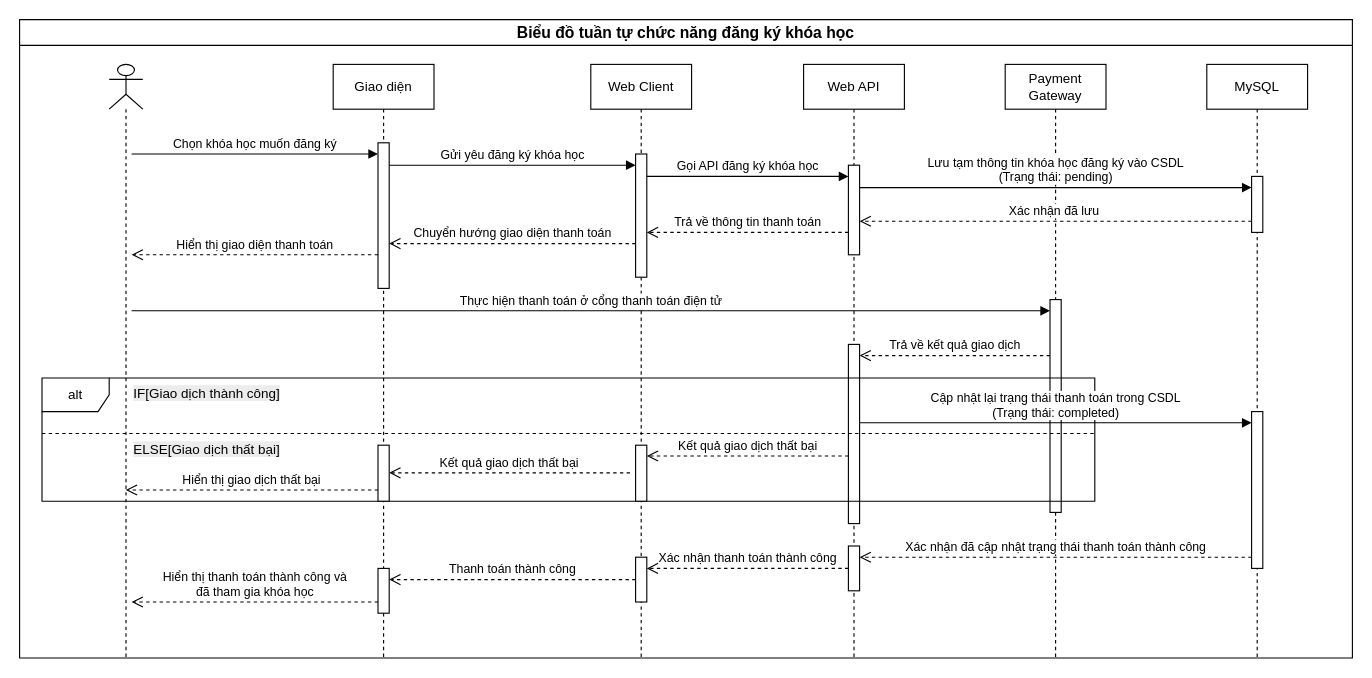
Earlier version of the draw.io diagram document/Sequences/SequencesDangKyKhoaHoc.drawio (toniiplaycode/DNC-Learning). Source tidied: cells renumbered, new cells numbered last; positions are measured from the earlier drawing's top-left corner, leaving out a move shared by most shapes. Both pictures are drawn from the tidied source at 112%, with x=0, y=0 at pixel (19, 19).
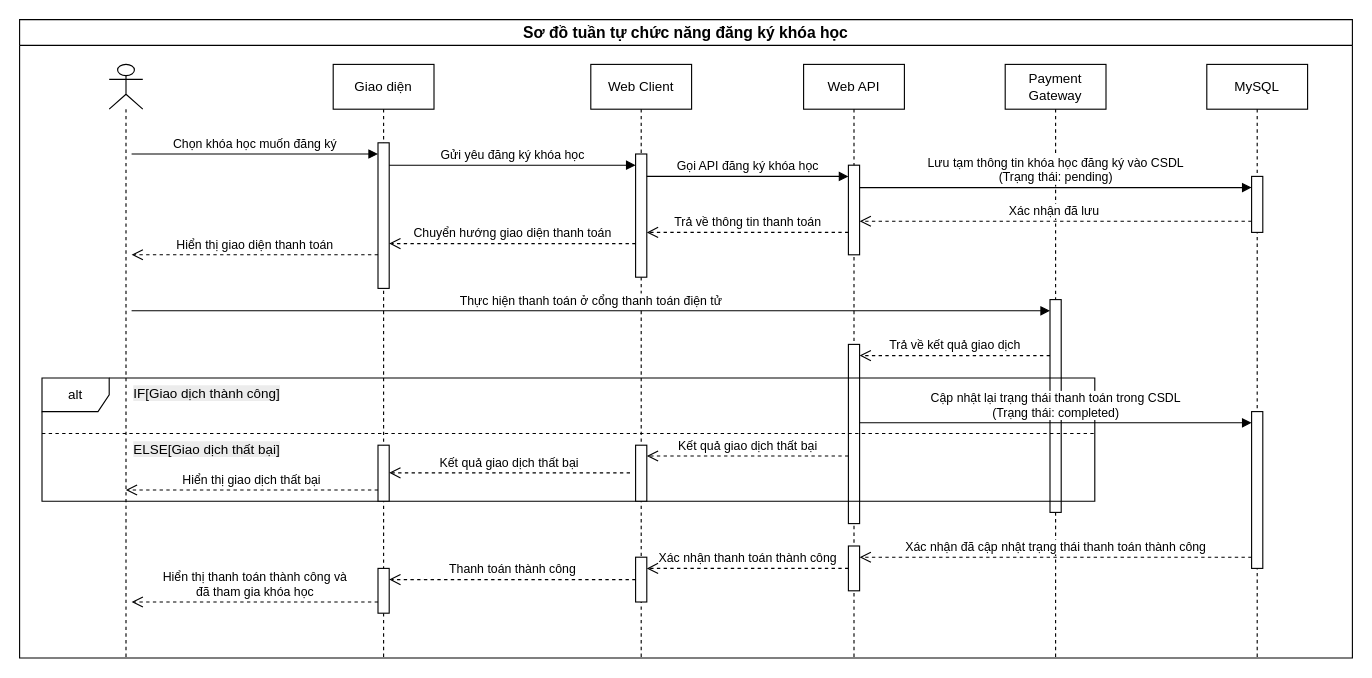
After the change.

The edit, as a diff of the source:
```diff
@@
-    <mxCell id="2" value="Biểu đồ tuần tự chức năng đăng ký khóa học" style="swimlane;whiteSpace=wrap;html=1;startSize=23;fontSize=14;" parent="1" vertex="1">
+    <mxCell id="2" value="Sơ đồ tuần tự chức năng đăng ký khóa học" style="swimlane;whiteSpace=wrap;html=1;startSize=23;fontSize=14;" parent="1" vertex="1">
       <mxGeometry width="1190" height="570" as="geometry" />
     </mxCell>
```
